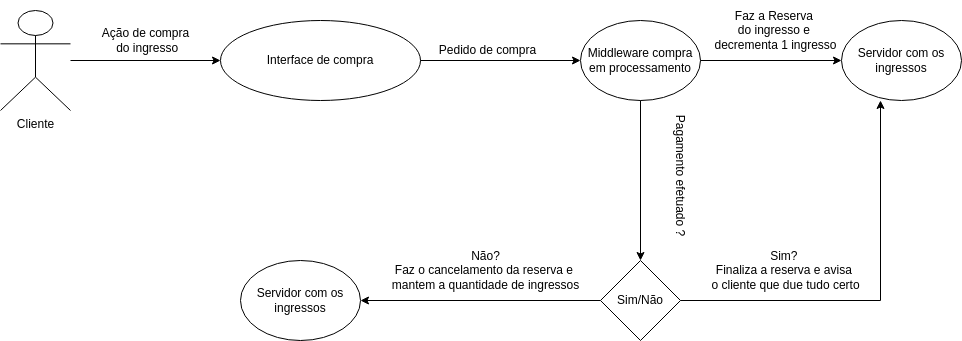
Above: img/estrutura_software.png in dejazz/estudo_caso (draw.io), before the change. Source tidied: cells renumbered, new cells last; positions are measured from the earlier drawing's top-left corner, leaving out a move shared by most shapes.
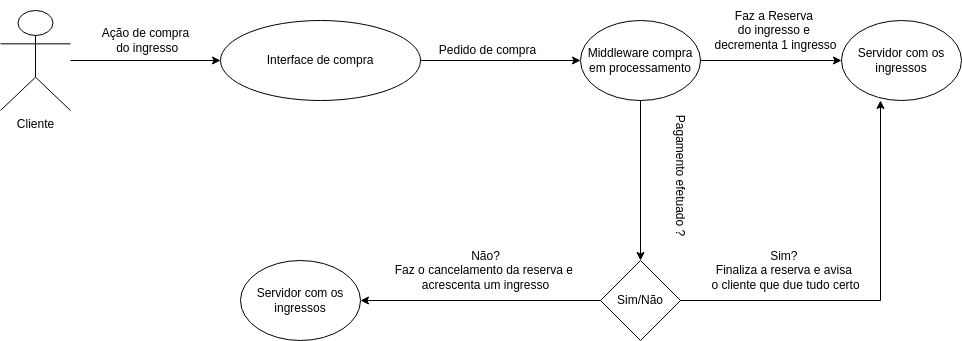
The same file after the commit.

Commit message:
refatore: name img/estrura_software.png

What changed in the source:
```diff
@@ -63,8 +63,8 @@
     <mxCell id="18" value="Servidor com os ingressos" style="ellipse;whiteSpace=wrap;html=1;" parent="1" vertex="1">
       <mxGeometry x="240" y="260" width="120" height="80" as="geometry" />
     </mxCell>
-    <mxCell id="19" value="Não?&lt;br&gt;Faz o cancelamento da reserva e &lt;br&gt;mantem a quantidade de ingressos" style="text;html=1;align=center;verticalAlign=middle;strokeColor=none;fillColor=none;" parent="1" vertex="1">
-      <mxGeometry x="380" y="240" width="210" height="60" as="geometry" />
+    <mxCell id="19" value="Não?&lt;br&gt;Faz o cancelamento da reserva e &lt;br&gt;acrescenta um ingresso" style="text;html=1;align=center;verticalAlign=middle;strokeColor=none;fillColor=none;" parent="1" vertex="1">
+      <mxGeometry x="385" y="240" width="200" height="60" as="geometry" />
     </mxCell>
   </root>
 </mxGraphModel>
```
